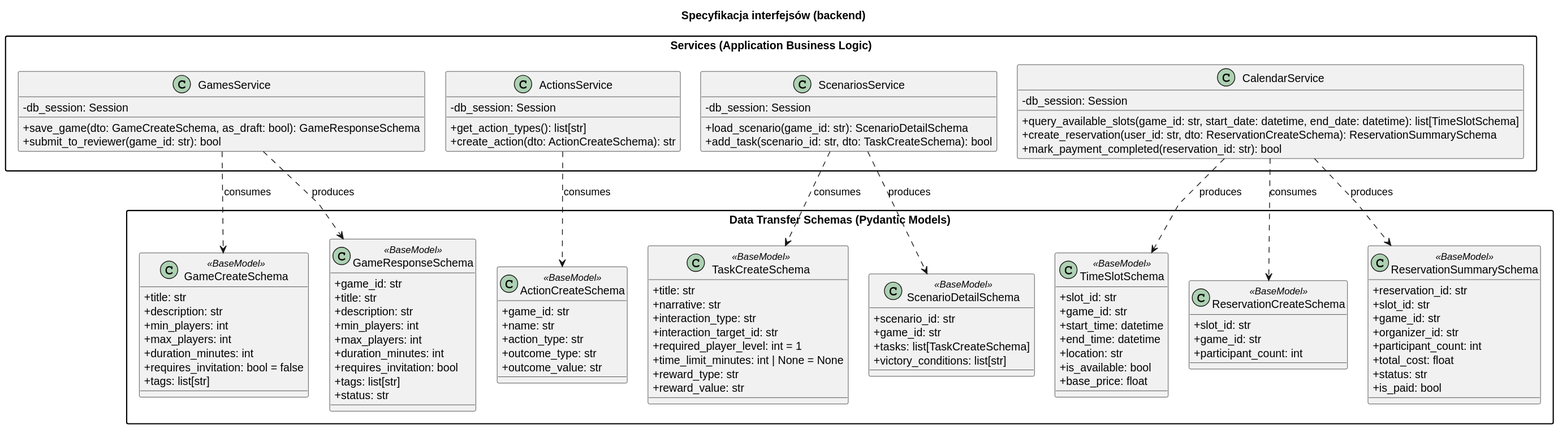
Before: diagrams/backend/rendered/interfaces.svg, a diagram exported from PlantUML (Igor-Ochocki/POP-2026Z).
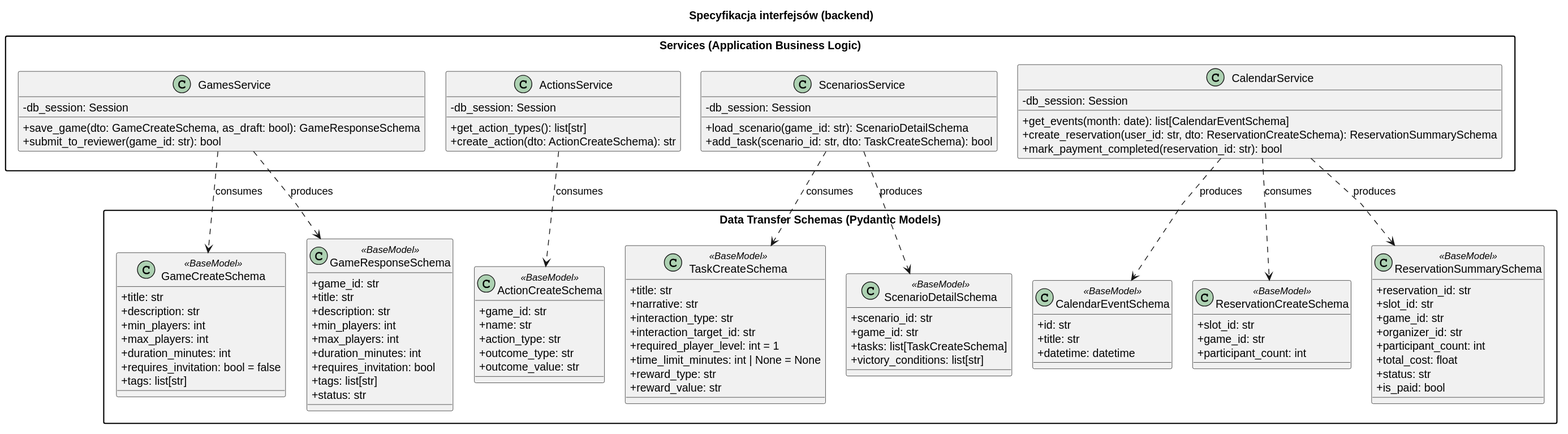
Above is the later version.

Commit message:
Backend PU1: GET /calendar/events?month zgodny z ICalendarApi frontendu

Diff of the diagram source:
```diff
@@ -58,14 +58,10 @@
         + victory_conditions: list[str]
     }
 
-    class TimeSlotSchema <<BaseModel>> {
-        + slot_id: str
-        + game_id: str
-        + start_time: datetime
-        + end_time: datetime
-        + location: str
-        + is_available: bool
-        + base_price: float
+    class CalendarEventSchema <<BaseModel>> {
+        + id: str
+        + title: str
+        + datetime: datetime
     }
 
     class ReservationCreateSchema <<BaseModel>> {
@@ -107,7 +103,7 @@
 
     class CalendarService {
         - db_session: Session
-        + query_available_slots(game_id: str, start_date: datetime, end_date: datetime): list[TimeSlotSchema]
+        + get_events(month: date): list[CalendarEventSchema]
         + create_reservation(user_id: str, dto: ReservationCreateSchema): ReservationSummarySchema
         + mark_payment_completed(reservation_id: str): bool
     }
@@ -118,7 +114,7 @@
 ActionsService ..> ActionCreateSchema : consumes
 ScenariosService ..> ScenarioDetailSchema : produces
 ScenariosService ..> TaskCreateSchema : consumes
-CalendarService ..> TimeSlotSchema : produces
+CalendarService ..> CalendarEventSchema : produces
 CalendarService ..> ReservationCreateSchema : consumes
 CalendarService ..> ReservationSummarySchema : produces
 @enduml
```
